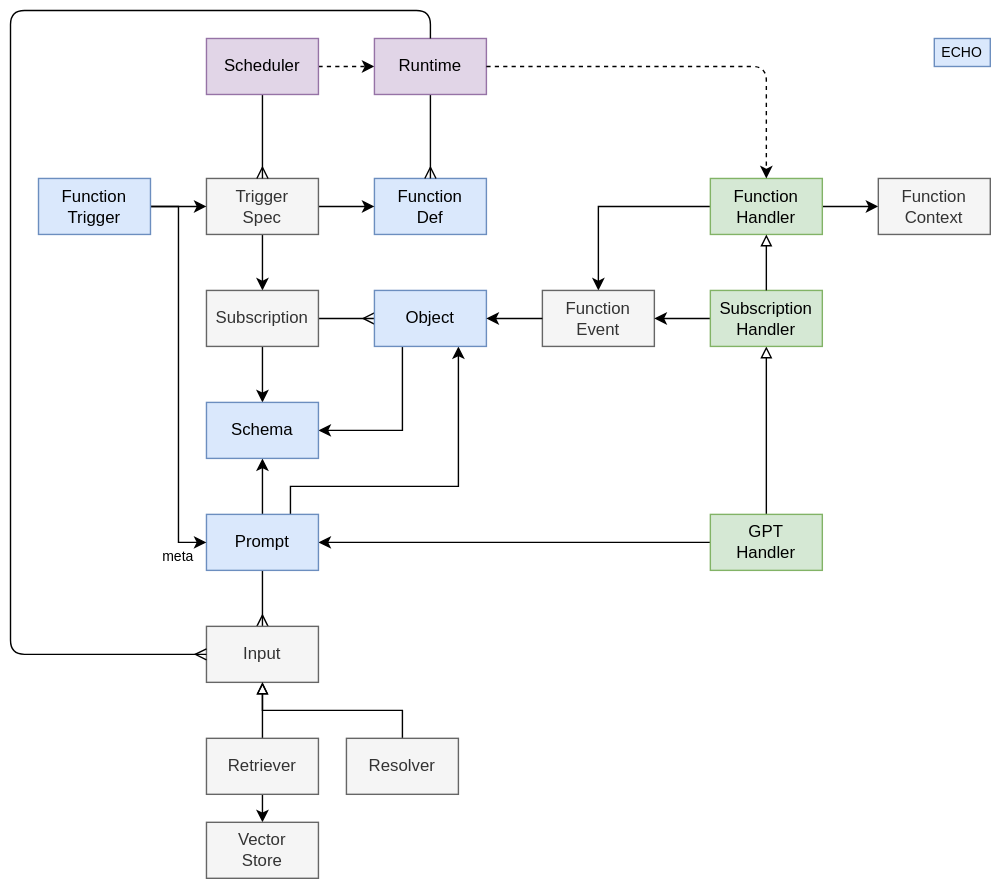
This is packages/core/functions/docs/functions.drawio.svg from dxos/dxos, a draw.io export, as it was before one commit. Source tidied: cells renumbered, new cells last; positions are measured from the earlier drawing's top-left corner, leaving out a move shared by most shapes.
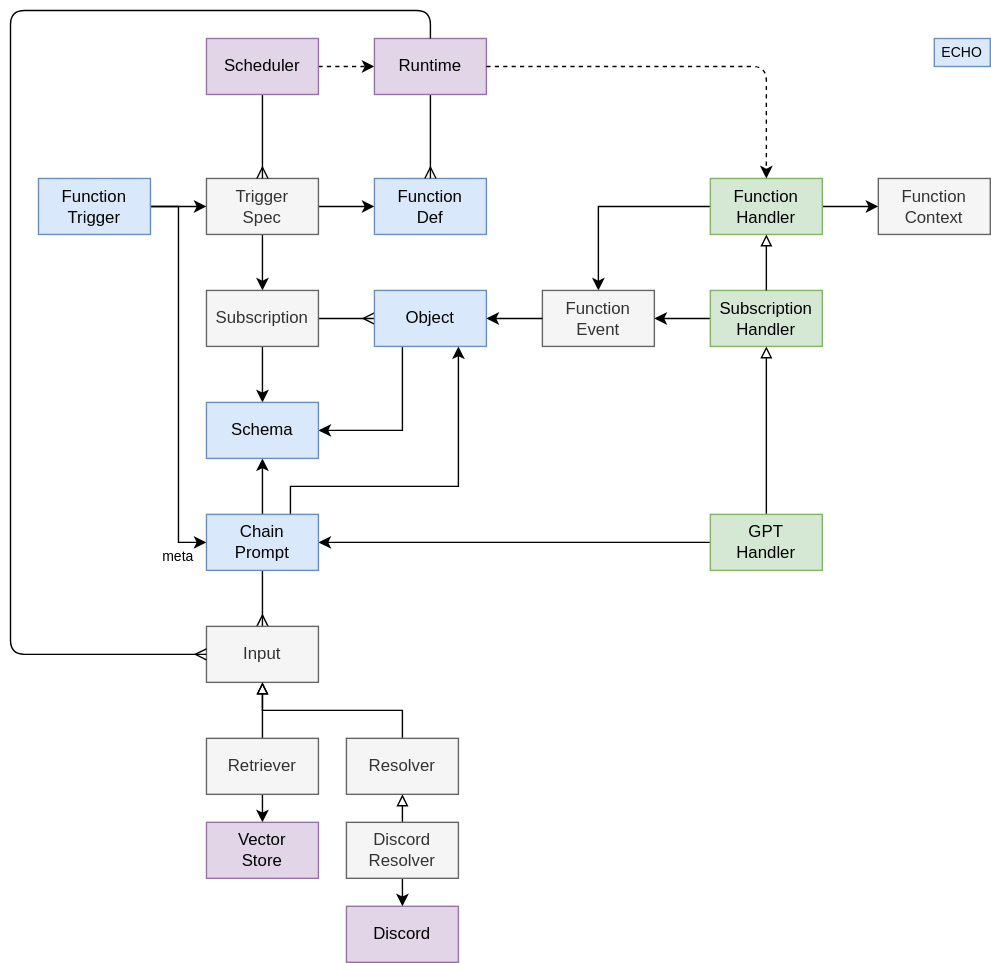
Later version of the same file.

What changed in the source:
```diff
@@ -56,7 +56,7 @@
     <mxCell id="16" style="edgeStyle=none;html=1;exitX=0.5;exitY=1;exitDx=0;exitDy=0;endArrow=ERmany;endFill=0;" parent="1" edge="1" source="17" target="38">
       <mxGeometry relative="1" as="geometry" />
     </mxCell>
-    <mxCell id="17" value="Prompt" style="rounded=0;whiteSpace=wrap;html=1;fillColor=#dae8fc;strokeColor=#6c8ebf;" parent="1" vertex="1">
+    <mxCell id="17" value="Chain&lt;br&gt;Prompt" style="rounded=0;whiteSpace=wrap;html=1;fillColor=#dae8fc;strokeColor=#6c8ebf;" parent="1" vertex="1">
       <mxGeometry x="140" y="360" width="80" height="40" as="geometry" />
     </mxCell>
     <mxCell id="18" value="ECHO" style="rounded=0;whiteSpace=wrap;html=1;fillColor=#dae8fc;strokeColor=#6c8ebf;fontSize=10;" parent="1" vertex="1">
@@ -167,8 +167,20 @@
     <mxCell id="45" value="Resolver" style="rounded=0;whiteSpace=wrap;html=1;fillColor=#f5f5f5;strokeColor=#666666;fontColor=#333333;" parent="1" vertex="1">
       <mxGeometry x="240" y="520" width="80" height="40" as="geometry" />
     </mxCell>
-    <mxCell id="46" value="Vector&lt;br&gt;Store" style="rounded=0;whiteSpace=wrap;html=1;fillColor=#f5f5f5;strokeColor=#666666;fontColor=#333333;" parent="1" vertex="1">
+    <mxCell id="46" value="Vector&lt;br&gt;Store" style="rounded=0;whiteSpace=wrap;html=1;fillColor=#e1d5e7;strokeColor=#9673a6;" parent="1" vertex="1">
       <mxGeometry x="140" y="580" width="80" height="40" as="geometry" />
     </mxCell>
+    <mxCell id="47" value="Discord" style="rounded=0;whiteSpace=wrap;html=1;fillColor=#e1d5e7;strokeColor=#9673a6;" parent="1" vertex="1">
+      <mxGeometry x="240" y="640" width="80" height="40" as="geometry" />
+    </mxCell>
+    <mxCell id="48" style="edgeStyle=none;html=1;exitX=0.5;exitY=1;exitDx=0;exitDy=0;" parent="1" edge="1" source="50" target="47">
+      <mxGeometry relative="1" as="geometry" />
+    </mxCell>
+    <mxCell id="49" style="edgeStyle=none;html=1;exitX=0.5;exitY=0;exitDx=0;exitDy=0;endArrow=block;endFill=0;" parent="1" edge="1" source="50" target="45">
+      <mxGeometry relative="1" as="geometry" />
+    </mxCell>
+    <mxCell id="50" value="Discord&lt;br&gt;Resolver" style="rounded=0;whiteSpace=wrap;html=1;fillColor=#f5f5f5;strokeColor=#666666;fontColor=#333333;" parent="1" vertex="1">
+      <mxGeometry x="240" y="580" width="80" height="40" as="geometry" />
+    </mxCell>
   </root>
 </mxGraphModel>
```
